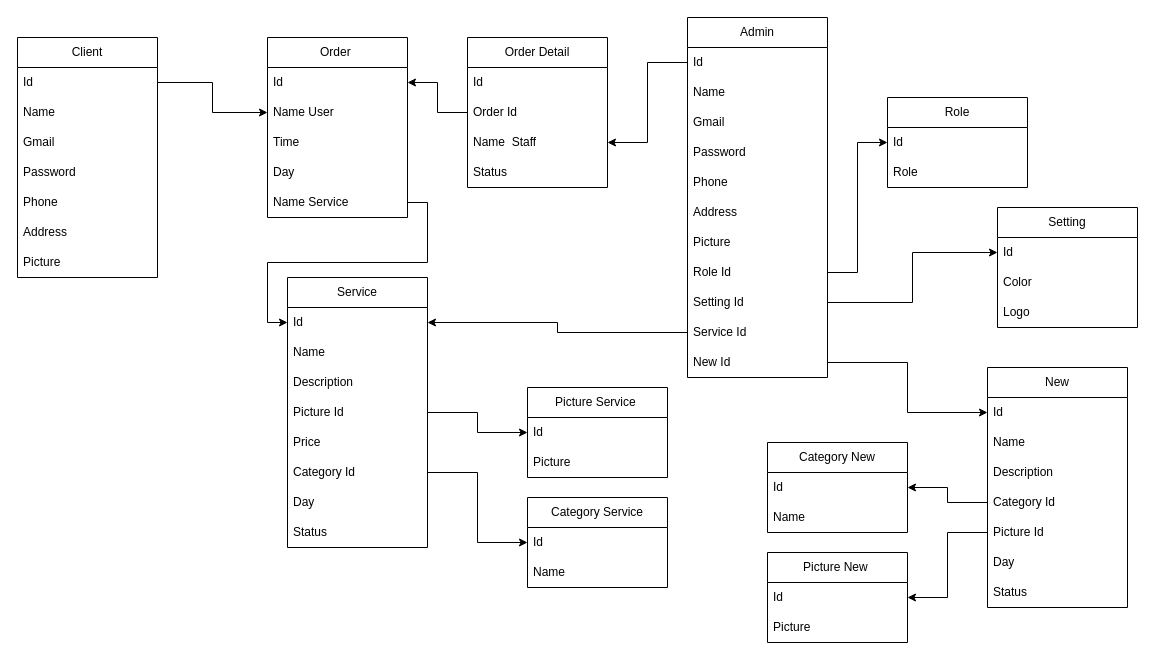
Above: Biểu đồ không có tiêu đề.drawio in hai061898/diagrams (draw.io), before the change. Source tidied: cells renumbered, new cells numbered last; positions are measured from the earlier drawing's top-left corner, leaving out a move shared by most shapes. Both pictures are drawn from the tidied source at 100%, with x=0, y=0 at pixel (17, 17).
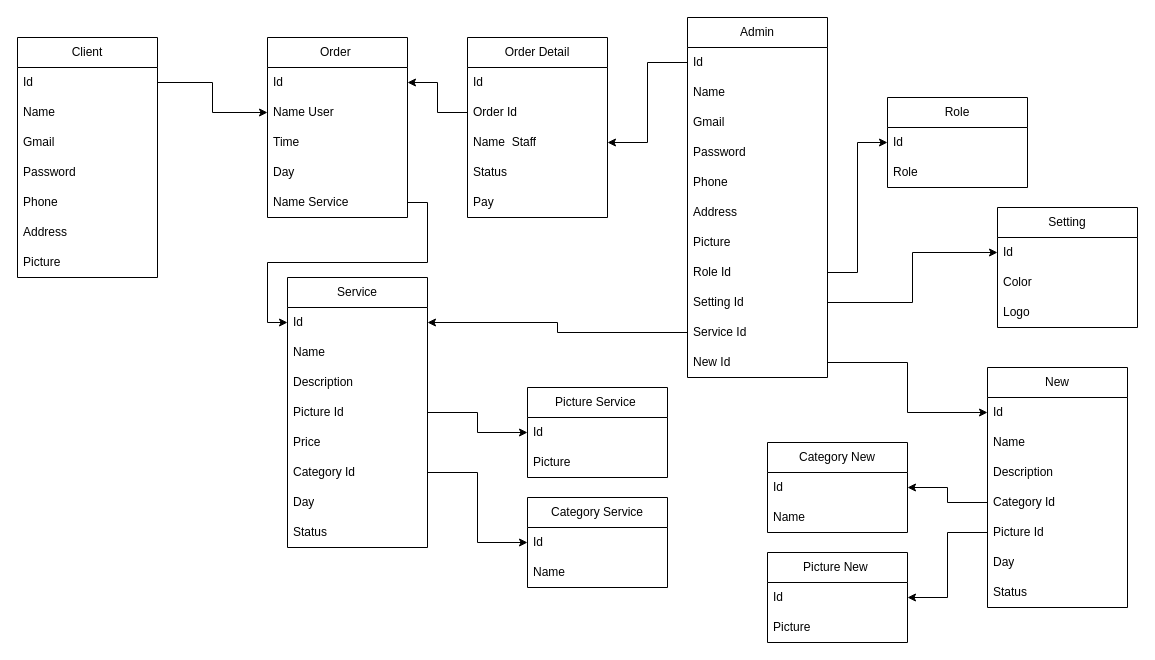
After the change.

What changed in the source:
```diff
@@
     <mxCell id="64" value="Order Detail" style="swimlane;fontStyle=0;horizontal=1;startSize=30;whiteSpace=wrap;html=1;" parent="1" vertex="1">
-      <mxGeometry x="450" y="20" width="140" height="150" as="geometry" />
+      <mxGeometry x="450" y="20" width="140" height="180" as="geometry" />
     </mxCell>
@@
+    <mxCell id="81" value="Pay" style="text;strokeColor=none;fillColor=none;align=left;verticalAlign=middle;spacingLeft=4;spacingRight=4;overflow=hidden;whiteSpace=wrap;html=1;" parent="64" vertex="1">
+      <mxGeometry y="150" width="140" height="30" as="geometry" />
+    </mxCell>
```
